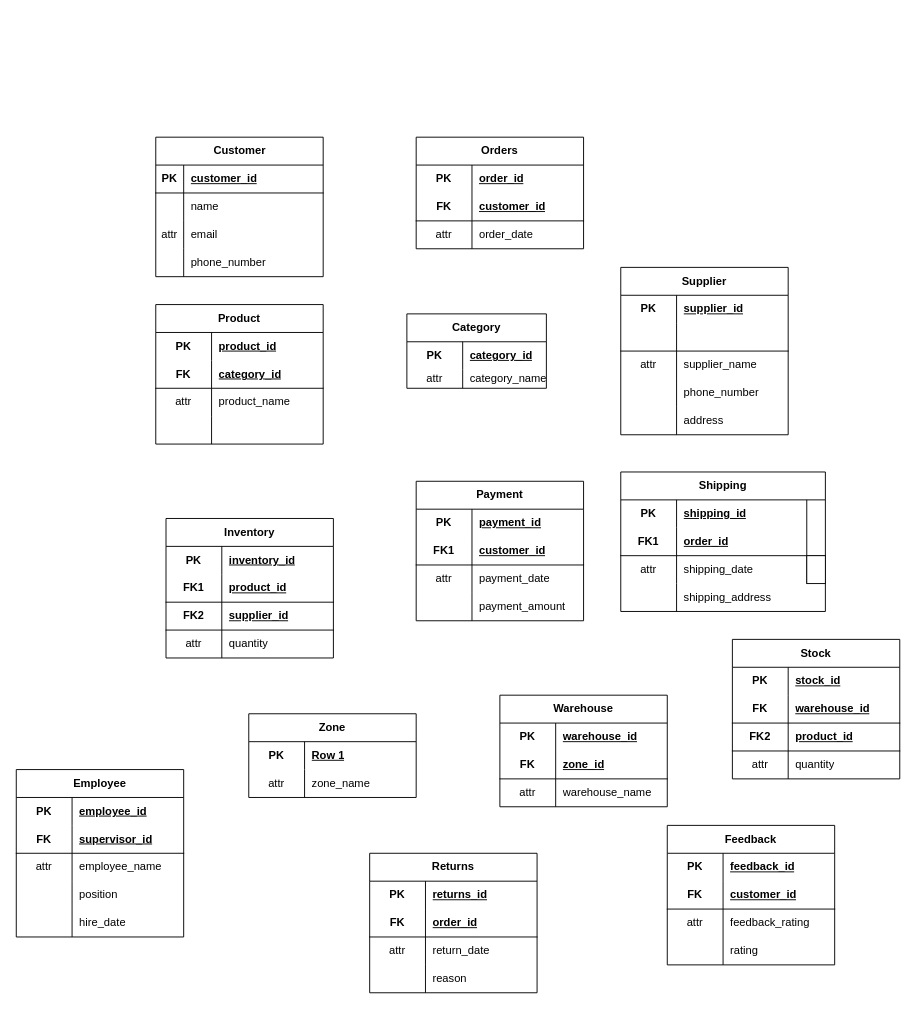
gregguu/DB keeps this draw.io diagram as Assign2_DB.drawio. Above is the earlier version. Source tidied: cells renumbered, new cells numbered last; positions are measured from the earlier drawing's top-left corner, leaving out a move shared by most shapes. Both pictures are drawn from the tidied source at 93%, with x=0, y=0 at pixel (16, 137).
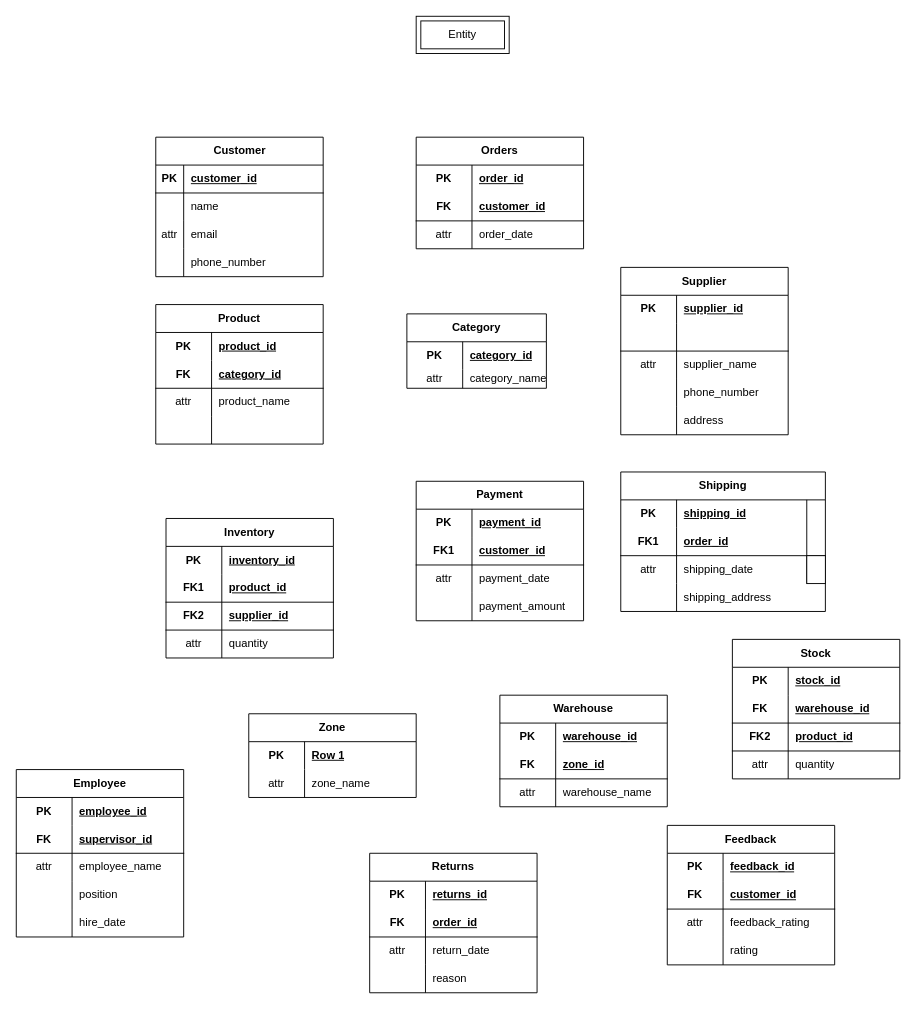
After the change.

The edit, as a diff of the source:
```diff
@@
+    <mxCell id="173" value="Entity" style="shape=ext;margin=3;double=1;whiteSpace=wrap;html=1;align=center;" parent="1" vertex="1">
+      <mxGeometry x="430" y="-130" width="100" height="40" as="geometry" />
+    </mxCell>
```
